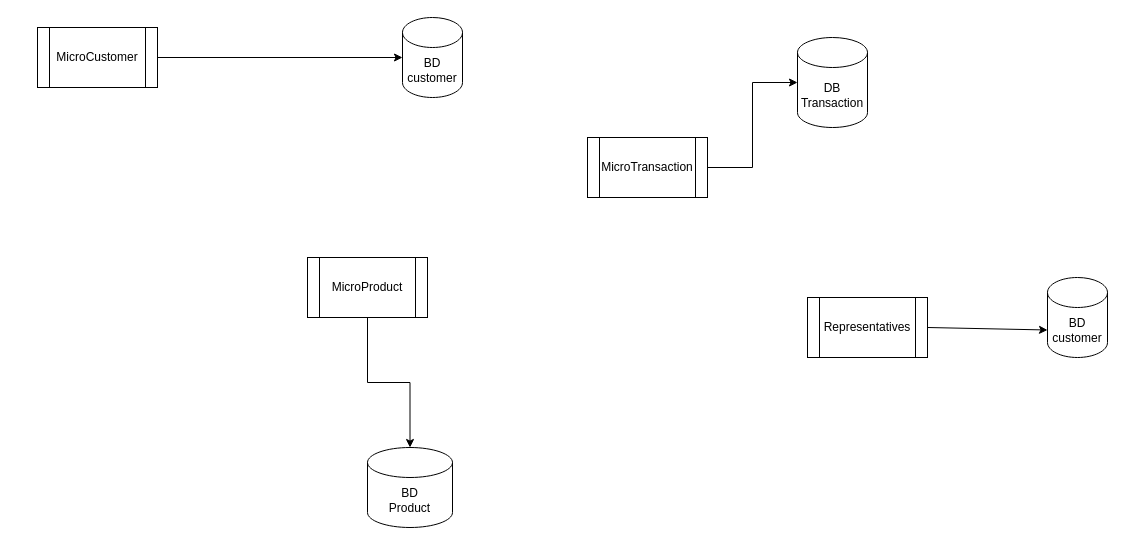
Above: diagrama_microservices.drawio in ajoelflores124/everbanco (draw.io), before the change. Source tidied: cells renumbered, new cells numbered last; positions are measured from the earlier drawing's top-left corner, leaving out a move shared by most shapes. Both pictures are drawn from the tidied source at 100%, with x=0, y=0 at pixel (37, 17).
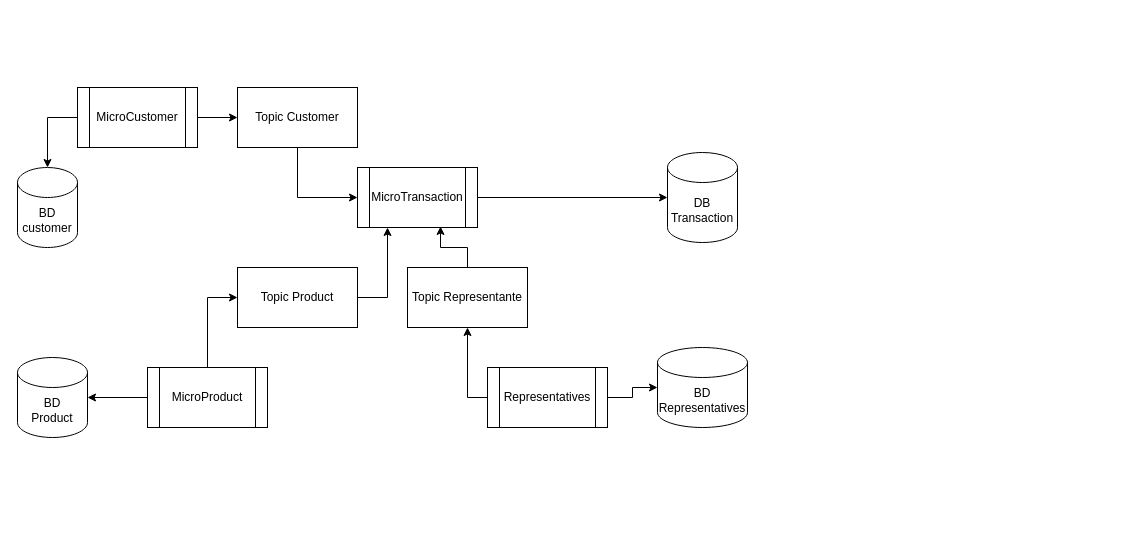
After the change.

Change to the diagram source:
```diff
@@
     <mxCell id="2" value="MicroCustomer" style="shape=process;whiteSpace=wrap;html=1;backgroundOutline=1;" parent="1" vertex="1">
-      <mxGeometry y="10" width="120" height="60" as="geometry" />
+      <mxGeometry x="40" y="70" width="120" height="60" as="geometry" />
     </mxCell>
     <mxCell id="3" value="BD&lt;br&gt;customer" style="shape=cylinder3;whiteSpace=wrap;html=1;boundedLbl=1;backgroundOutline=1;size=15;" parent="1" vertex="1">
-      <mxGeometry x="365" width="60" height="80" as="geometry" />
+      <mxGeometry x="-20" y="150" width="60" height="80" as="geometry" />
     </mxCell>
-    <mxCell id="4" style="endArrow=classic;html=1;exitX=1;exitY=0.5;exitDx=0;exitDy=0;entryX=0;entryY=0.5;entryDx=0;entryDy=0;entryPerimeter=0;" parent="1" edge="1" source="2" target="3">
-      <mxGeometry relative="1" as="geometry" />
-    </mxCell>
     <mxCell id="5" value="MicroProduct" style="shape=process;whiteSpace=wrap;html=1;backgroundOutline=1;" parent="1" vertex="1">
-      <mxGeometry x="270" y="240" width="120" height="60" as="geometry" />
+      <mxGeometry x="110" y="350" width="120" height="60" as="geometry" />
     </mxCell>
     <mxCell id="6" value="BD&lt;br&gt;Product" style="shape=cylinder3;whiteSpace=wrap;html=1;boundedLbl=1;backgroundOutline=1;size=15;" parent="1" vertex="1">
-      <mxGeometry x="330" y="430" width="85" height="80" as="geometry" />
+      <mxGeometry x="-20" y="340" width="70" height="80" as="geometry" />
     </mxCell>
@@
     <mxCell id="8" value="MicroTransaction" style="shape=process;whiteSpace=wrap;html=1;backgroundOutline=1;" parent="1" vertex="1">
-      <mxGeometry x="550" y="120" width="120" height="60" as="geometry" />
+      <mxGeometry x="320" y="150" width="120" height="60" as="geometry" />
     </mxCell>
     <mxCell id="9" value="DB Transaction" style="shape=cylinder3;whiteSpace=wrap;html=1;boundedLbl=1;backgroundOutline=1;size=15;" parent="1" vertex="1">
-      <mxGeometry x="760" y="20" width="70" height="90" as="geometry" />
+      <mxGeometry x="630" y="135" width="70" height="90" as="geometry" />
     </mxCell>
+    <mxCell id="11" value="BD&lt;br&gt;Representatives" style="shape=cylinder3;whiteSpace=wrap;html=1;boundedLbl=1;backgroundOutline=1;size=15;" parent="1" vertex="1">
+      <mxGeometry x="620" y="330" width="90" height="80" as="geometry" />
+    </mxCell>
+    <mxCell id="13" style="edgeStyle=orthogonalEdgeStyle;rounded=0;jettySize=auto;html=1;" parent="1" edge="1" source="5" target="6">
+      <mxGeometry relative="1" as="geometry" />
+    </mxCell>
+    <mxCell id="14" style="edgeStyle=orthogonalEdgeStyle;rounded=0;jettySize=auto;html=1;entryX=0;entryY=0.5;entryDx=0;entryDy=0;exitX=0.5;exitY=1;exitDx=0;exitDy=0;" parent="1" edge="1" source="15" target="8">
+      <mxGeometry relative="1" as="geometry" />
+    </mxCell>
+    <mxCell id="15" value="&lt;span&gt;Topic Customer&lt;/span&gt;" style="rounded=0;whiteSpace=wrap;html=1;" parent="1" vertex="1">
+      <mxGeometry x="200" y="70" width="120" height="60" as="geometry" />
+    </mxCell>
+    <mxCell id="16" style="edgeStyle=orthogonalEdgeStyle;rounded=0;jettySize=auto;html=1;entryX=0;entryY=0.5;entryDx=0;entryDy=0;" parent="1" edge="1" source="2" target="15">
+      <mxGeometry relative="1" as="geometry" />
+    </mxCell>
+    <mxCell id="17" value="&lt;span&gt;Topic Product&lt;/span&gt;" style="rounded=0;whiteSpace=wrap;html=1;" parent="1" vertex="1">
+      <mxGeometry x="200" y="250" width="120" height="60" as="geometry" />
+    </mxCell>
+    <mxCell id="18" style="edgeStyle=orthogonalEdgeStyle;rounded=0;jettySize=auto;html=1;entryX=0;entryY=0.5;entryDx=0;entryDy=0;exitX=0.5;exitY=0;exitDx=0;exitDy=0;" parent="1" edge="1" source="5" target="17">
+      <mxGeometry relative="1" as="geometry" />
+    </mxCell>
+    <mxCell id="19" style="edgeStyle=orthogonalEdgeStyle;rounded=0;jettySize=auto;html=1;exitX=1;exitY=0.5;exitDx=0;exitDy=0;entryX=0.25;entryY=1;entryDx=0;entryDy=0;" parent="1" edge="1" source="17" target="8">
+      <mxGeometry relative="1" as="geometry" />
+    </mxCell>
+    <mxCell id="12" style="edgeStyle=orthogonalEdgeStyle;rounded=0;jettySize=auto;html=1;entryX=0;entryY=0.5;entryDx=0;entryDy=0;entryPerimeter=0;" parent="1" edge="1" source="10" target="11">
+      <mxGeometry relative="1" as="geometry" />
+    </mxCell>
     <mxCell id="10" value="Representatives" style="shape=process;whiteSpace=wrap;html=1;backgroundOutline=1;" parent="1" vertex="1">
-      <mxGeometry x="770" y="280" width="120" height="60" as="geometry" />
+      <mxGeometry x="450" y="350" width="120" height="60" as="geometry" />
     </mxCell>
-    <mxCell id="11" value="BD&lt;br&gt;customer" style="shape=cylinder3;whiteSpace=wrap;html=1;boundedLbl=1;backgroundOutline=1;size=15;" parent="1" vertex="1">
-      <mxGeometry x="1010" y="260" width="60" height="80" as="geometry" />
-    </mxCell>
-    <mxCell id="12" style="endArrow=classic;html=1;exitX=1;exitY=0.5;exitDx=0;exitDy=0;entryX=0;entryY=0;entryDx=0;entryDy=52.5;entryPerimeter=0;" parent="1" edge="1" source="10" target="11">
-      <mxGeometry relative="1" as="geometry" />
-    </mxCell>
-    <mxCell id="13" style="edgeStyle=orthogonalEdgeStyle;rounded=0;jettySize=auto;html=1;" parent="1" edge="1" source="5" target="6">
-      <mxGeometry relative="1" as="geometry" />
-    </mxCell>
+    <mxCell id="20" value="&lt;span&gt;Topic Representante&lt;/span&gt;" style="rounded=0;whiteSpace=wrap;html=1;" parent="1" vertex="1">
+      <mxGeometry x="370" y="250" width="120" height="60" as="geometry" />
+    </mxCell>
+    <mxCell id="21" style="edgeStyle=orthogonalEdgeStyle;rounded=0;jettySize=auto;html=1;exitX=0;exitY=0.5;exitDx=0;exitDy=0;entryX=0.5;entryY=1;entryDx=0;entryDy=0;" parent="1" edge="1" source="10" target="20">
+      <mxGeometry relative="1" as="geometry" />
+    </mxCell>
+    <mxCell id="22" style="edgeStyle=orthogonalEdgeStyle;rounded=0;jettySize=auto;html=1;exitX=0.5;exitY=0;exitDx=0;exitDy=0;entryX=0.692;entryY=0.983;entryDx=0;entryDy=0;entryPerimeter=0;" parent="1" edge="1" source="20" target="8">
+      <mxGeometry relative="1" as="geometry" />
+    </mxCell>
+    <mxCell id="4" style="edgeStyle=orthogonalEdgeStyle;rounded=0;jettySize=auto;html=1;entryX=0.5;entryY=0;entryDx=0;entryDy=0;entryPerimeter=0;exitX=0;exitY=0.5;exitDx=0;exitDy=0;" parent="1" edge="1" source="2" target="3">
+      <mxGeometry relative="1" as="geometry">
+        <Array as="points">
+          <mxPoint x="10" y="100" />
+        </Array>
+      </mxGeometry>
+    </mxCell>
```
